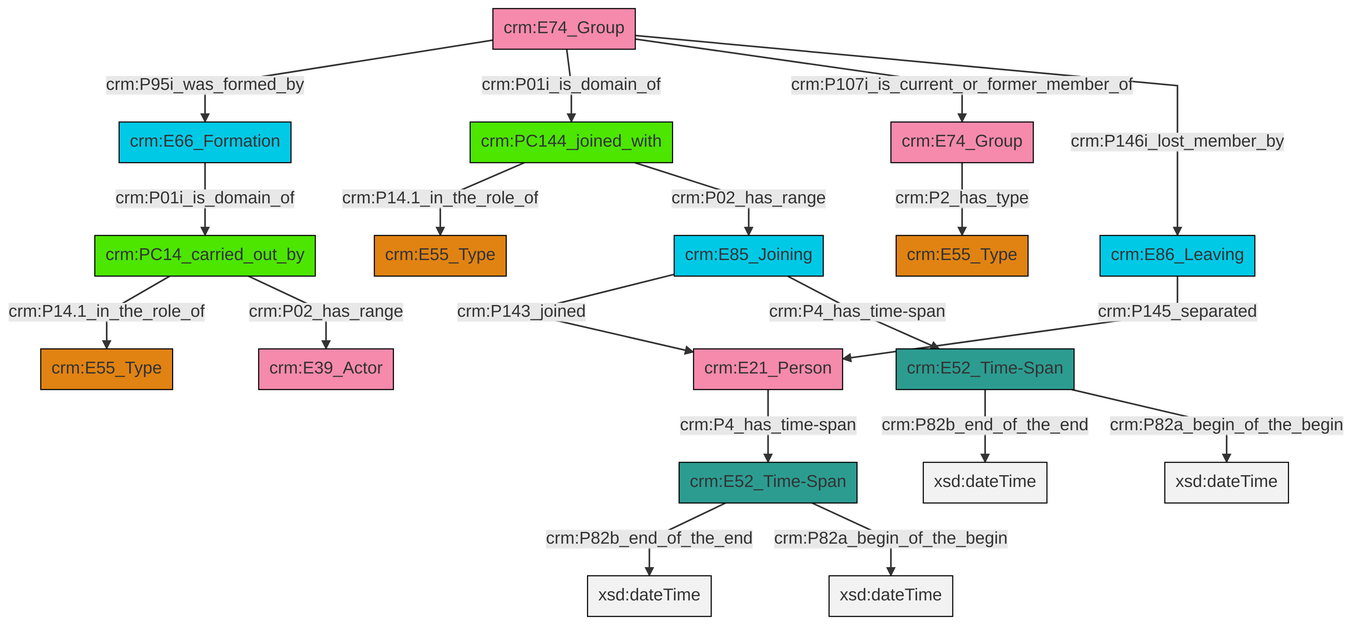
This is et/groupCSV/ttl/mmd/png/group_actor_relations.png from swiss-art-research-net/docs.swissartresearch, a Mermaid export, as it was before one commit. Its source is kept beside it as et/groupCSV/ttl/mmd/group_actor_relations.ttl.mmd. Source of this version:
```mermaid
graph TD
classDef Literal fill:#f2f2f2,stroke:#000000;
classDef CRM_Entity fill:#FFFFFF,stroke:#000000;
classDef Temporal_Entity fill:#00C9E6, stroke:#000000;
classDef Type fill:#E18312, stroke:#000000;
classDef Time-Span fill:#2C9C91, stroke:#000000;
classDef Appellation fill:#FFEB7F, stroke:#000000;
classDef Place fill:#008836, stroke:#000000;
classDef Persistent_Item fill:#B266B2, stroke:#000000;
classDef Conceptual_Object fill:#FFD700, stroke:#000000;
classDef Physical_Thing fill:#D2B48C, stroke:#000000;
classDef Actor fill:#f58aad, stroke:#000000;
classDef PC_Classes fill:#4ce600, stroke:#000000;
classDef Multi fill:#cccccc,stroke:#000000;

0["crm:PC144_joined_with"]:::PC_Classes -->|crm:P14.1_in_the_role_of| 1["crm:E55_Type"]:::Type
2["crm:E66_Formation"]:::Temporal_Entity -->|crm:P01i_is_domain_of| 3["crm:PC14_carried_out_by"]:::PC_Classes
3["crm:PC14_carried_out_by"]:::PC_Classes -->|crm:P14.1_in_the_role_of| 7["crm:E55_Type"]:::Type
0["crm:PC144_joined_with"]:::PC_Classes -->|crm:P02_has_range| 8["crm:E85_Joining"]:::Temporal_Entity
9["crm:E52_Time-Span"]:::Time-Span -->|crm:P82b_end_of_the_end| 10[xsd:dateTime]:::Literal
9["crm:E52_Time-Span"]:::Time-Span -->|crm:P82a_begin_of_the_begin| 11[xsd:dateTime]:::Literal
13["crm:E21_Person"]:::Actor -->|crm:P4_has_time-span| 9["crm:E52_Time-Span"]:::Time-Span
14["crm:E74_Group"]:::Actor -->|crm:P2_has_type| 4["crm:E55_Type"]:::Type
15["crm:E86_Leaving"]:::Temporal_Entity -->|crm:P145_separated| 13["crm:E21_Person"]:::Actor
3["crm:PC14_carried_out_by"]:::PC_Classes -->|crm:P02_has_range| 22["crm:E39_Actor"]:::Actor
8["crm:E85_Joining"]:::Temporal_Entity -->|crm:P143_joined| 13["crm:E21_Person"]:::Actor
8["crm:E85_Joining"]:::Temporal_Entity -->|crm:P4_has_time-span| 19["crm:E52_Time-Span"]:::Time-Span
17["crm:E74_Group"]:::Actor -->|crm:P95i_was_formed_by| 2["crm:E66_Formation"]:::Temporal_Entity
19["crm:E52_Time-Span"]:::Time-Span -->|crm:P82b_end_of_the_end| 24[xsd:dateTime]:::Literal
19["crm:E52_Time-Span"]:::Time-Span -->|crm:P82a_begin_of_the_begin| 26[xsd:dateTime]:::Literal
17["crm:E74_Group"]:::Actor -->|crm:P01i_is_domain_of| 0["crm:PC144_joined_with"]:::PC_Classes
17["crm:E74_Group"]:::Actor -->|crm:P107i_is_current_or_former_member_of| 14["crm:E74_Group"]:::Actor
17["crm:E74_Group"]:::Actor -->|crm:P146i_lost_member_by| 15["crm:E86_Leaving"]:::Temporal_Entity
```
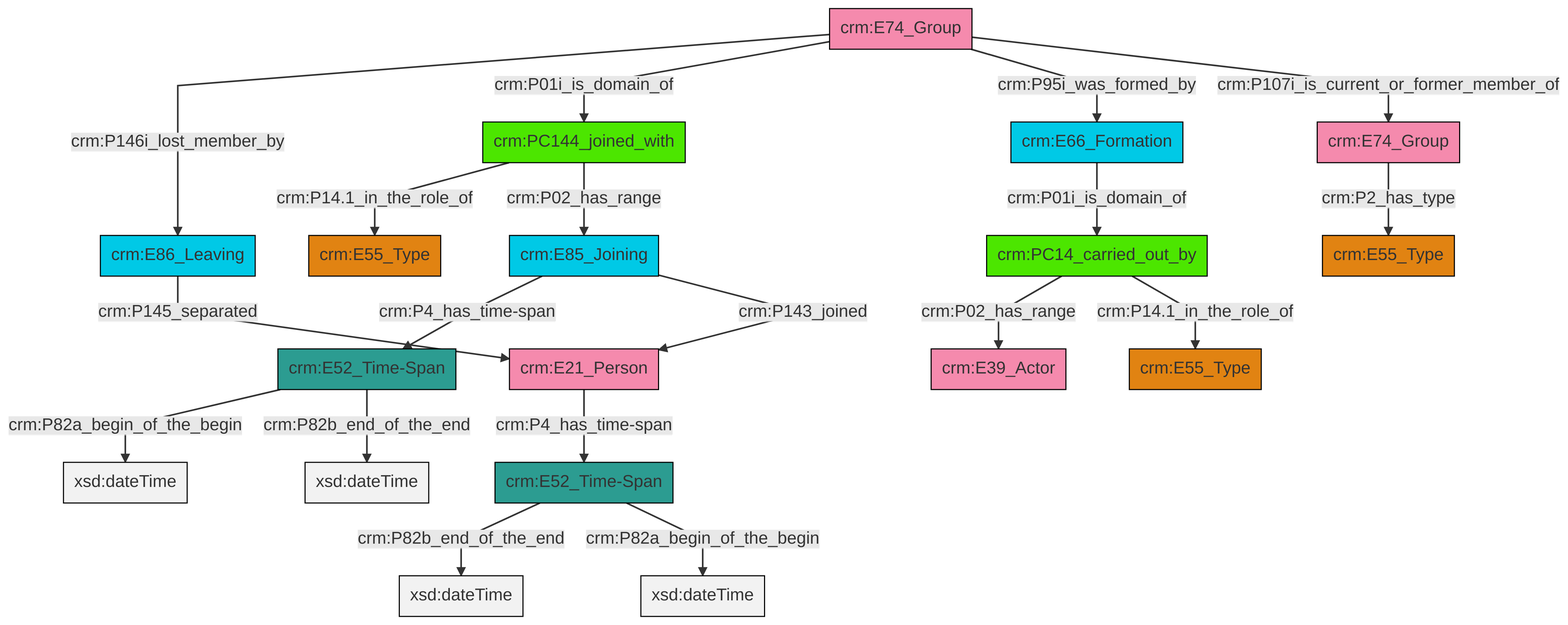
The same file after the commit.

Diff of the diagram source:
```diff
@@ -13,21 +13,21 @@
 classDef PC_Classes fill:#4ce600, stroke:#000000;
 classDef Multi fill:#cccccc,stroke:#000000;
 
-0["crm:PC144_joined_with"]:::PC_Classes -->|crm:P14.1_in_the_role_of| 1["crm:E55_Type"]:::Type
-2["crm:E66_Formation"]:::Temporal_Entity -->|crm:P01i_is_domain_of| 3["crm:PC14_carried_out_by"]:::PC_Classes
-3["crm:PC14_carried_out_by"]:::PC_Classes -->|crm:P14.1_in_the_role_of| 7["crm:E55_Type"]:::Type
-0["crm:PC144_joined_with"]:::PC_Classes -->|crm:P02_has_range| 8["crm:E85_Joining"]:::Temporal_Entity
-9["crm:E52_Time-Span"]:::Time-Span -->|crm:P82b_end_of_the_end| 10[xsd:dateTime]:::Literal
-9["crm:E52_Time-Span"]:::Time-Span -->|crm:P82a_begin_of_the_begin| 11[xsd:dateTime]:::Literal
-13["crm:E21_Person"]:::Actor -->|crm:P4_has_time-span| 9["crm:E52_Time-Span"]:::Time-Span
-14["crm:E74_Group"]:::Actor -->|crm:P2_has_type| 4["crm:E55_Type"]:::Type
-15["crm:E86_Leaving"]:::Temporal_Entity -->|crm:P145_separated| 13["crm:E21_Person"]:::Actor
-3["crm:PC14_carried_out_by"]:::PC_Classes -->|crm:P02_has_range| 22["crm:E39_Actor"]:::Actor
-8["crm:E85_Joining"]:::Temporal_Entity -->|crm:P143_joined| 13["crm:E21_Person"]:::Actor
-8["crm:E85_Joining"]:::Temporal_Entity -->|crm:P4_has_time-span| 19["crm:E52_Time-Span"]:::Time-Span
-17["crm:E74_Group"]:::Actor -->|crm:P95i_was_formed_by| 2["crm:E66_Formation"]:::Temporal_Entity
-19["crm:E52_Time-Span"]:::Time-Span -->|crm:P82b_end_of_the_end| 24[xsd:dateTime]:::Literal
-19["crm:E52_Time-Span"]:::Time-Span -->|crm:P82a_begin_of_the_begin| 26[xsd:dateTime]:::Literal
-17["crm:E74_Group"]:::Actor -->|crm:P01i_is_domain_of| 0["crm:PC144_joined_with"]:::PC_Classes
-17["crm:E74_Group"]:::Actor -->|crm:P107i_is_current_or_former_member_of| 14["crm:E74_Group"]:::Actor
-17["crm:E74_Group"]:::Actor -->|crm:P146i_lost_member_by| 15["crm:E86_Leaving"]:::Temporal_Entity
+0["crm:E85_Joining"]:::Temporal_Entity -->|crm:P4_has_time-span| 1["crm:E52_Time-Span"]:::Time-Span
+6["crm:PC144_joined_with"]:::PC_Classes -->|crm:P14.1_in_the_role_of| 7["crm:E55_Type"]:::Type
+8["crm:PC14_carried_out_by"]:::PC_Classes -->|crm:P02_has_range| 9["crm:E39_Actor"]:::Actor
+8["crm:PC14_carried_out_by"]:::PC_Classes -->|crm:P14.1_in_the_role_of| 10["crm:E55_Type"]:::Type
+2["crm:E52_Time-Span"]:::Time-Span -->|crm:P82b_end_of_the_end| 12[xsd:dateTime]:::Literal
+16["crm:E74_Group"]:::Actor -->|crm:P146i_lost_member_by| 17["crm:E86_Leaving"]:::Temporal_Entity
+16["crm:E74_Group"]:::Actor -->|crm:P01i_is_domain_of| 6["crm:PC144_joined_with"]:::PC_Classes
+19["crm:E21_Person"]:::Actor -->|crm:P4_has_time-span| 2["crm:E52_Time-Span"]:::Time-Span
+17["crm:E86_Leaving"]:::Temporal_Entity -->|crm:P145_separated| 19["crm:E21_Person"]:::Actor
+0["crm:E85_Joining"]:::Temporal_Entity -->|crm:P143_joined| 19["crm:E21_Person"]:::Actor
+16["crm:E74_Group"]:::Actor -->|crm:P95i_was_formed_by| 13["crm:E66_Formation"]:::Temporal_Entity
+2["crm:E52_Time-Span"]:::Time-Span -->|crm:P82a_begin_of_the_begin| 25[xsd:dateTime]:::Literal
+22["crm:E74_Group"]:::Actor -->|crm:P2_has_type| 4["crm:E55_Type"]:::Type
+16["crm:E74_Group"]:::Actor -->|crm:P107i_is_current_or_former_member_of| 22["crm:E74_Group"]:::Actor
+1["crm:E52_Time-Span"]:::Time-Span -->|crm:P82a_begin_of_the_begin| 29[xsd:dateTime]:::Literal
+1["crm:E52_Time-Span"]:::Time-Span -->|crm:P82b_end_of_the_end| 30[xsd:dateTime]:::Literal
+13["crm:E66_Formation"]:::Temporal_Entity -->|crm:P01i_is_domain_of| 8["crm:PC14_carried_out_by"]:::PC_Classes
+6["crm:PC144_joined_with"]:::PC_Classes -->|crm:P02_has_range| 0["crm:E85_Joining"]:::Temporal_Entity
```
